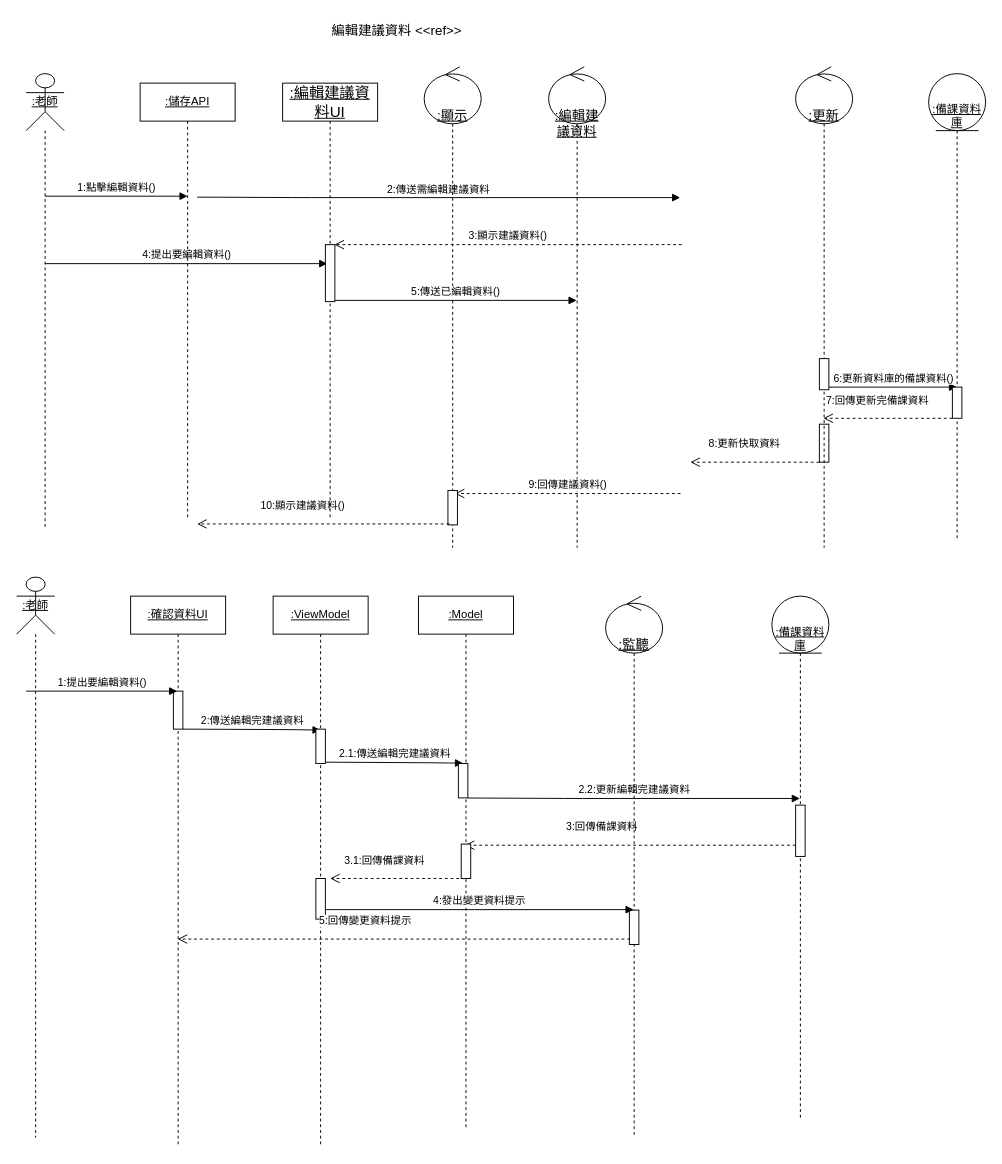
Earlier version of the draw.io diagram 循序圖(編輯建議備課資料).drawio (Kevincheng0804/System-analysis). Source tidied: cells renumbered, new cells numbered last; positions are measured from the earlier drawing's top-left corner, leaving out a move shared by most shapes. Both pictures are drawn from the tidied source at 95%, with x=0, y=0 at pixel (16, 16).
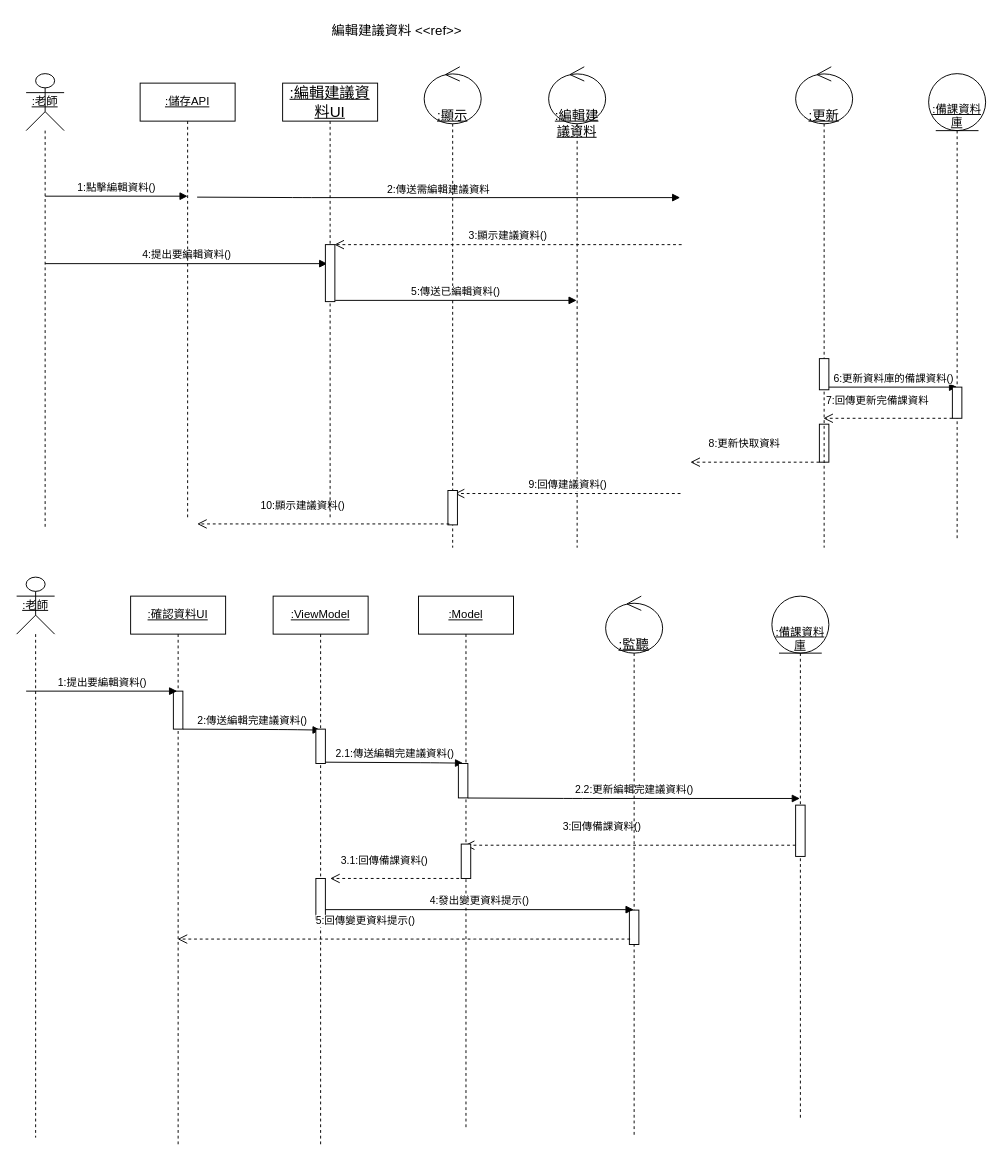
Above is the later version.

Commit message:
更新循序圖(編輯建議備課資料).drawio

Unchanged cells that the change refers to:
```xml
<mxCell id="26" value="&lt;u&gt;:確認資料UI&lt;/u&gt;" style="shape=umlLifeline;perimeter=lifelinePerimeter;whiteSpace=wrap;html=1;outlineConnect=0;portConstraint=eastwest;newEdgeStyle={&quot;curved&quot;:0,&quot;rounded&quot;:0};" parent="1" vertex="1">
  <mxGeometry x="120" y="610" width="100" height="580" as="geometry" />
</mxCell>
<mxCell id="29" value="&lt;div&gt;&lt;u&gt;&lt;br&gt;&lt;/u&gt;&lt;/div&gt;&lt;u&gt;&lt;div&gt;&lt;u&gt;&lt;br&gt;&lt;/u&gt;&lt;/div&gt;:備課資料庫&lt;/u&gt;" style="shape=umlLifeline;perimeter=lifelinePerimeter;whiteSpace=wrap;html=1;outlineConnect=0;portConstraint=eastwest;newEdgeStyle={&quot;curved&quot;:0,&quot;rounded&quot;:0};participant=umlEntity;size=60;" parent="1" vertex="1">
  <mxGeometry x="795" y="610" width="60" height="550" as="geometry" />
</mxCell>
<mxCell id="40" value="&lt;u&gt;:監聽&lt;/u&gt;" style="shape=umlLifeline;participant=umlControl;perimeter=lifelinePerimeter;whiteSpace=wrap;html=1;verticalAlign=top;spacingTop=36;outlineConnect=0;fontSize=14;size=60;align=center;" parent="1" vertex="1">
  <mxGeometry x="620" y="610" width="60" height="570" as="geometry" />
</mxCell>
<mxCell id="44" style="html=1;points=[];perimeter=orthogonalPerimeter;" parent="1" vertex="1">
  <mxGeometry x="820" y="830" width="10" height="54" as="geometry" />
</mxCell>
```

Diff of the diagram source:
```diff
@@
-    <mxCell id="31" value="2:傳送編輯完建議資料" style="html=1;verticalAlign=bottom;startArrow=none;startFill=0;endArrow=block;startSize=8;" parent="1" edge="1">
+    <mxCell id="31" value="2:傳送編輯完建議資料()" style="html=1;verticalAlign=bottom;startArrow=none;startFill=0;endArrow=block;startSize=8;" parent="1" edge="1">
       <mxGeometry relative="1" as="geometry">
         <mxPoint x="175" y="750" as="sourcePoint" />
         <mxPoint x="320" y="751" as="targetPoint" />
         <Array as="points">
           <mxPoint x="285.5" y="750.5" />
         </Array>
       </mxGeometry>
     </mxCell>
@@
-    <mxCell id="33" value="2.1:傳送編輯完建議資料" style="html=1;verticalAlign=bottom;startArrow=none;startFill=0;endArrow=block;startSize=8;" parent="1" edge="1">
-      <mxGeometry relative="1" as="geometry">
+    <mxCell id="33" value="2.1:傳送編輯完建議資料()" style="html=1;verticalAlign=bottom;startArrow=none;startFill=0;endArrow=block;startSize=8;" parent="1" edge="1">
+      <mxGeometry x="0.01" relative="1" as="geometry">
         <mxPoint x="325" y="784.8" as="sourcePoint" />
         <mxPoint x="470" y="785.8" as="targetPoint" />
         <Array as="points">
           <mxPoint x="435.5" y="785.4" />
         </Array>
       </mxGeometry>
     </mxCell>
@@
-    <mxCell id="35" value="2.2:更新編輯完建議資料" style="html=1;verticalAlign=bottom;startArrow=none;startFill=0;endArrow=block;startSize=8;" parent="1" edge="1" target="29">
+    <mxCell id="35" value="2.2:更新編輯完建議資料()" style="html=1;verticalAlign=bottom;startArrow=none;startFill=0;endArrow=block;startSize=8;" parent="1" edge="1" target="29">
       <mxGeometry relative="1" as="geometry">
         <mxPoint x="475" y="822.5" as="sourcePoint" />
         <Array as="points">
           <mxPoint x="585.5" y="823" />
         </Array>
       </mxGeometry>
     </mxCell>
-    <mxCell id="36" value="3:回傳備課資料" style="html=1;verticalAlign=bottom;endArrow=open;dashed=1;endSize=8;" parent="1" edge="1" source="44">
+    <mxCell id="36" value="3:回傳備課資料()" style="html=1;verticalAlign=bottom;endArrow=open;dashed=1;endSize=8;" parent="1" edge="1" source="44">
       <mxGeometry x="0.17" y="-10" relative="1" as="geometry">
         <mxPoint x="471.8" y="872.2" as="targetPoint" />
       </mxGeometry>
     </mxCell>
@@
-    <mxCell id="38" value="3.1:回傳備課資料" style="html=1;verticalAlign=bottom;endArrow=open;dashed=1;endSize=8;" parent="1" edge="1">
+    <mxCell id="38" value="3.1:回傳備課資料()" style="html=1;verticalAlign=bottom;endArrow=open;dashed=1;endSize=8;" parent="1" edge="1">
       <mxGeometry x="0.17" y="-10" relative="1" as="geometry">
         <mxPoint x="465.8" y="907.2" as="sourcePoint" />
         <mxPoint x="330" y="907.2" as="targetPoint" />
       </mxGeometry>
     </mxCell>
@@
-    <mxCell id="45" value="4:發出變更資料提示" style="html=1;verticalAlign=bottom;startArrow=none;startFill=0;endArrow=block;startSize=8;" parent="1" edge="1" target="40">
+    <mxCell id="45" value="4:發出變更資料提示()" style="html=1;verticalAlign=bottom;startArrow=none;startFill=0;endArrow=block;startSize=8;" parent="1" edge="1" target="40">
       <mxGeometry relative="1" as="geometry">
         <mxPoint x="325" y="940" as="sourcePoint" />
       </mxGeometry>
     </mxCell>
-    <mxCell id="46" value="5:回傳變更資料提示" style="html=1;verticalAlign=bottom;endArrow=open;dashed=1;endSize=8;" parent="1" edge="1" target="26">
+    <mxCell id="46" value="5:回傳變更資料提示()" style="html=1;verticalAlign=bottom;endArrow=open;dashed=1;endSize=8;" parent="1" edge="1" target="26">
       <mxGeometry x="0.17" y="-10" relative="1" as="geometry">
         <mxPoint x="645.8" y="971" as="sourcePoint" />
       </mxGeometry>
     </mxCell>
```
